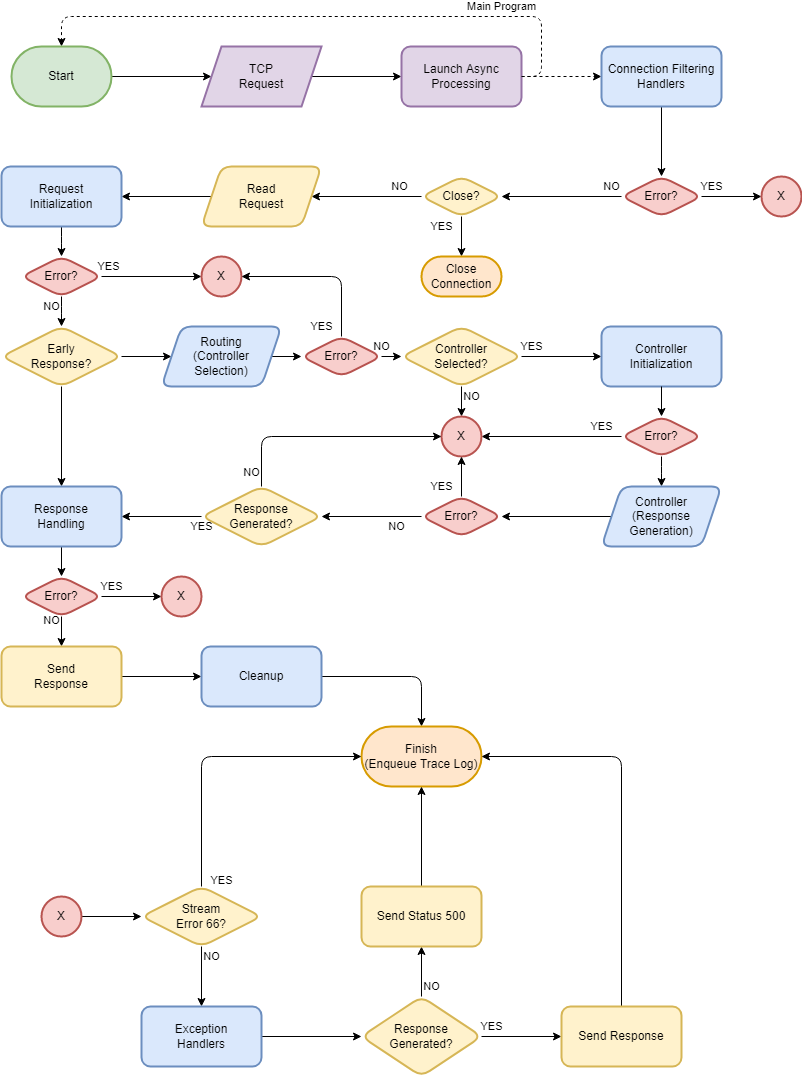
This is Documentation/Request Flow.drawio.png from illuminated-g/lv-http-server, a draw.io export, as it was before one commit. Source tidied: cells renumbered, new cells last; positions are measured from the earlier drawing's top-left corner, leaving out a move shared by most shapes.
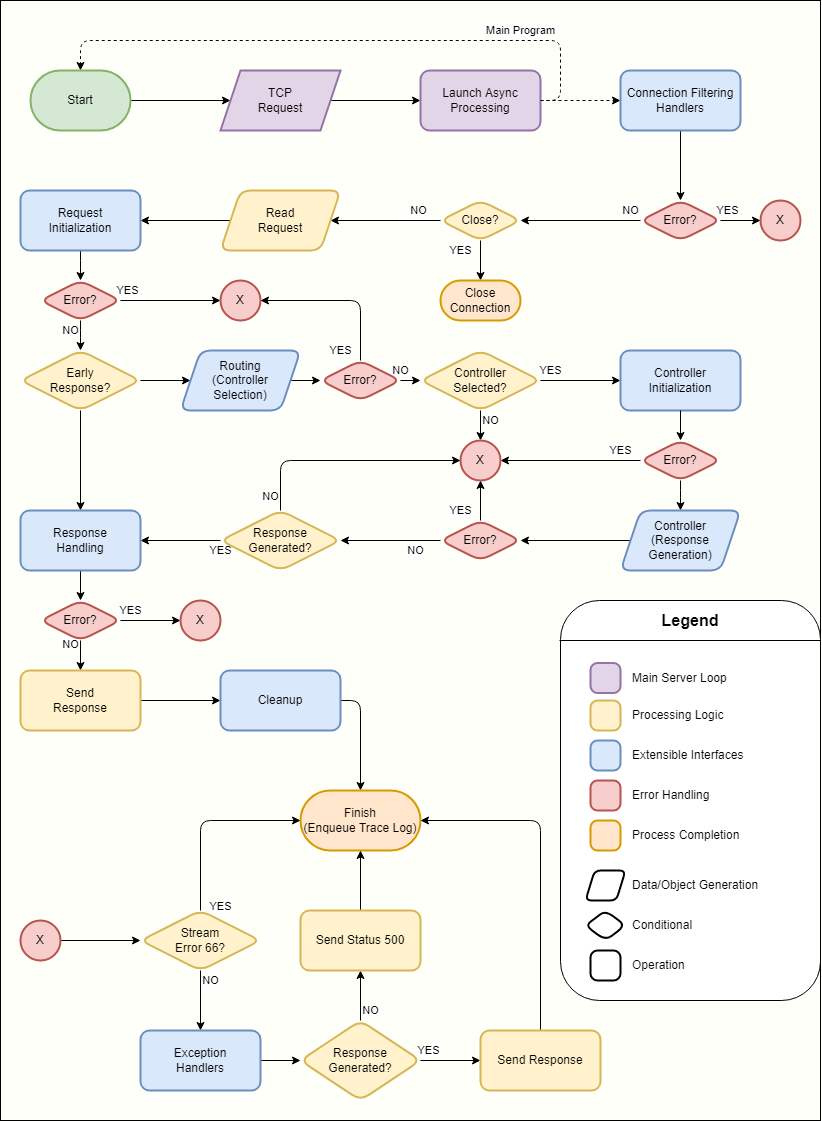
The same file after the commit.

Commit message:
Add flowchart border & legend

Change to the diagram source:
```diff
@@ -1,7 +1,10 @@
-<mxGraphModel>
+<mxGraphModel background="#FFFFFA">
   <root>
     <mxCell id="0" />
     <mxCell id="1" parent="0" />
+    <mxCell id="77" style="rounded=0;whiteSpace=wrap;html=1;fillColor=none;" parent="1" vertex="1">
+      <mxGeometry x="-20" y="-40" width="820" height="1120" as="geometry" />
+    </mxCell>
     <mxCell id="2" style="edgeStyle=orthogonalEdgeStyle;rounded=0;jettySize=auto;html=1;exitX=1;exitY=0.5;exitDx=0;exitDy=0;exitPerimeter=0;" parent="1" edge="1" target="4">
       <mxGeometry relative="1" as="geometry">
         <mxPoint x="110" y="60" as="sourcePoint" />
@@ -77,7 +80,7 @@
       <mxGeometry x="200" y="240" width="40" height="40" as="geometry" />
     </mxCell>
     <mxCell id="24" value="X" style="ellipse;whiteSpace=wrap;html=1;fillColor=#f8cecc;strokeColor=#b85450;rounded=1;strokeWidth=2;" parent="1" vertex="1">
-      <mxGeometry x="760" y="160" width="40" height="40" as="geometry" />
+      <mxGeometry x="740" y="160" width="40" height="40" as="geometry" />
     </mxCell>
     <mxCell id="25" style="edgeStyle=orthogonalEdgeStyle;rounded=1;jettySize=auto;html=1;" parent="1" edge="1" source="27" target="29">
       <mxGeometry relative="1" as="geometry" />
@@ -187,7 +190,7 @@
     <mxCell id="57" value="Send&lt;br&gt;Response" style="whiteSpace=wrap;html=1;fillColor=#fff2cc;strokeColor=#d6b656;rounded=1;strokeWidth=2;" parent="1" vertex="1">
       <mxGeometry y="630" width="120" height="60" as="geometry" />
     </mxCell>
-    <mxCell id="58" style="edgeStyle=orthogonalEdgeStyle;rounded=1;jettySize=auto;html=1;" parent="1" edge="1" source="59" target="62">
+    <mxCell id="58" style="edgeStyle=orthogonalEdgeStyle;rounded=1;jettySize=auto;html=1;exitX=1;exitY=0.5;exitDx=0;exitDy=0;" parent="1" edge="1" source="59" target="62">
       <mxGeometry relative="1" as="geometry" />
     </mxCell>
     <mxCell id="59" value="Cleanup" style="whiteSpace=wrap;html=1;fillColor=#dae8fc;strokeColor=#6c8ebf;rounded=1;strokeWidth=2;" parent="1" vertex="1">
@@ -197,10 +200,10 @@
       <mxGeometry relative="1" as="geometry" />
     </mxCell>
     <mxCell id="61" value="X" style="ellipse;whiteSpace=wrap;html=1;fillColor=#f8cecc;strokeColor=#b85450;rounded=1;strokeWidth=2;" parent="1" vertex="1">
-      <mxGeometry x="40" y="880" width="40" height="40" as="geometry" />
+      <mxGeometry y="880" width="40" height="40" as="geometry" />
     </mxCell>
     <mxCell id="62" value="Finish&lt;br&gt;(Enqueue Trace Log)" style="whiteSpace=wrap;html=1;fillColor=#ffe6cc;strokeColor=#d79b00;rounded=1;strokeWidth=2;arcSize=50;" parent="1" vertex="1">
-      <mxGeometry x="360" y="710" width="120" height="60" as="geometry" />
+      <mxGeometry x="280" y="750" width="120" height="60" as="geometry" />
     </mxCell>
     <mxCell id="63" value="Start" style="rounded=1;whiteSpace=wrap;html=1;absoluteArcSize=1;arcSize=80;strokeWidth=2;fillColor=#d5e8d4;strokeColor=#82b366;" parent="1" vertex="1">
       <mxGeometry x="10" y="30" width="100" height="60" as="geometry" />
@@ -212,13 +215,13 @@
       <mxGeometry x="-0.96" y="-20" relative="1" as="geometry" />
     </mxCell>
     <mxCell id="66" value="Stream&lt;br&gt;Error 66?" style="rhombus;whiteSpace=wrap;html=1;fillColor=#fff2cc;strokeColor=#d6b656;rounded=1;strokeWidth=2;" parent="1" vertex="1">
-      <mxGeometry x="140" y="870" width="120" height="60" as="geometry" />
+      <mxGeometry x="120" y="870" width="120" height="60" as="geometry" />
     </mxCell>
     <mxCell id="67" style="edgeStyle=orthogonalEdgeStyle;rounded=1;jettySize=auto;html=1;" parent="1" edge="1" source="68" target="71">
       <mxGeometry relative="1" as="geometry" />
     </mxCell>
     <mxCell id="68" value="Exception&lt;br&gt;Handlers" style="whiteSpace=wrap;html=1;fillColor=#dae8fc;strokeColor=#6c8ebf;rounded=1;strokeWidth=2;" parent="1" vertex="1">
-      <mxGeometry x="140" y="990" width="120" height="60" as="geometry" />
+      <mxGeometry x="120" y="990" width="120" height="60" as="geometry" />
     </mxCell>
     <mxCell id="69" value="NO" style="edgeStyle=orthogonalEdgeStyle;rounded=1;jettySize=auto;html=1;" parent="1" edge="1" source="71" target="73">
       <mxGeometry x="-0.6" y="-10" relative="1" as="geometry" />
@@ -227,22 +230,82 @@
       <mxGeometry x="-0.75" y="10" relative="1" as="geometry" />
     </mxCell>
     <mxCell id="71" value="Response&lt;br&gt;Generated?" style="rhombus;whiteSpace=wrap;html=1;fillColor=#fff2cc;strokeColor=#d6b656;rounded=1;strokeWidth=2;" parent="1" vertex="1">
-      <mxGeometry x="360" y="980" width="120" height="80" as="geometry" />
+      <mxGeometry x="280" y="980" width="120" height="80" as="geometry" />
     </mxCell>
     <mxCell id="72" style="edgeStyle=orthogonalEdgeStyle;rounded=1;jettySize=auto;html=1;exitX=0.5;exitY=0;exitDx=0;exitDy=0;entryX=0.5;entryY=1;entryDx=0;entryDy=0;" parent="1" edge="1" source="73" target="62">
       <mxGeometry relative="1" as="geometry" />
     </mxCell>
     <mxCell id="73" value="Send Status 500" style="whiteSpace=wrap;html=1;fillColor=#fff2cc;strokeColor=#d6b656;rounded=1;strokeWidth=2;" parent="1" vertex="1">
-      <mxGeometry x="360" y="870" width="120" height="60" as="geometry" />
+      <mxGeometry x="280" y="870" width="120" height="60" as="geometry" />
     </mxCell>
     <mxCell id="74" style="edgeStyle=orthogonalEdgeStyle;rounded=1;jettySize=auto;html=1;exitX=0.5;exitY=0;exitDx=0;exitDy=0;entryX=1;entryY=0.5;entryDx=0;entryDy=0;" parent="1" edge="1" source="75" target="62">
       <mxGeometry relative="1" as="geometry" />
     </mxCell>
     <mxCell id="75" value="Send Response" style="whiteSpace=wrap;html=1;fillColor=#fff2cc;strokeColor=#d6b656;rounded=1;strokeWidth=2;" parent="1" vertex="1">
-      <mxGeometry x="560" y="990" width="120" height="60" as="geometry" />
+      <mxGeometry x="460" y="990" width="120" height="60" as="geometry" />
     </mxCell>
     <mxCell id="76" value="Close&lt;br&gt;Connection" style="whiteSpace=wrap;html=1;fillColor=#ffe6cc;strokeColor=#d79b00;rounded=1;strokeWidth=2;arcSize=50;" parent="1" vertex="1">
       <mxGeometry x="420" y="240" width="80" height="40" as="geometry" />
     </mxCell>
+    <mxCell id="78" style="rounded=1;whiteSpace=wrap;html=1;" parent="1" vertex="1">
+      <mxGeometry x="540" y="560" width="260" height="400" as="geometry" />
+    </mxCell>
+    <mxCell id="79" style="endArrow=none;html=1;rounded=1;" parent="1" edge="1">
+      <mxGeometry relative="1" as="geometry">
+        <mxPoint x="539" y="600" as="sourcePoint" />
+        <mxPoint x="800" y="600" as="targetPoint" />
+      </mxGeometry>
+    </mxCell>
+    <mxCell id="80" value="Legend" style="text;html=1;strokeColor=none;fillColor=none;align=center;verticalAlign=middle;whiteSpace=wrap;rounded=0;fontStyle=1;fontSize=16;" parent="1" vertex="1">
+      <mxGeometry x="540" y="560" width="260" height="40" as="geometry" />
+    </mxCell>
+    <mxCell id="81" style="rounded=1;whiteSpace=wrap;html=1;absoluteArcSize=1;arcSize=14;strokeWidth=2;fillColor=#fff2cc;strokeColor=#d6b656;" parent="1" vertex="1">
+      <mxGeometry x="570" y="660" width="30" height="30" as="geometry" />
+    </mxCell>
+    <mxCell id="82" style="rounded=1;whiteSpace=wrap;html=1;absoluteArcSize=1;arcSize=14;strokeWidth=2;fillColor=#e1d5e7;strokeColor=#9673a6;" parent="1" vertex="1">
+      <mxGeometry x="570" y="622.5" width="30" height="30" as="geometry" />
+    </mxCell>
+    <mxCell id="83" style="rounded=1;whiteSpace=wrap;html=1;absoluteArcSize=1;arcSize=14;strokeWidth=2;fillColor=#dae8fc;strokeColor=#6c8ebf;" parent="1" vertex="1">
+      <mxGeometry x="570" y="700" width="30" height="30" as="geometry" />
+    </mxCell>
+    <mxCell id="84" style="rounded=1;whiteSpace=wrap;html=1;absoluteArcSize=1;arcSize=14;strokeWidth=2;fillColor=#f8cecc;strokeColor=#b85450;" parent="1" vertex="1">
+      <mxGeometry x="570" y="740" width="30" height="30" as="geometry" />
+    </mxCell>
+    <mxCell id="85" style="rounded=1;whiteSpace=wrap;html=1;absoluteArcSize=1;arcSize=14;strokeWidth=2;fillColor=#ffe6cc;strokeColor=#d79b00;" parent="1" vertex="1">
+      <mxGeometry x="570" y="780" width="30" height="30" as="geometry" />
+    </mxCell>
+    <mxCell id="86" style="shape=parallelogram;html=1;strokeWidth=2;perimeter=parallelogramPerimeter;whiteSpace=wrap;rounded=1;arcSize=12;size=0.23;fillColor=none;" parent="1" vertex="1">
+      <mxGeometry x="565" y="830" width="40" height="30" as="geometry" />
+    </mxCell>
+    <mxCell id="87" style="rhombus;whiteSpace=wrap;html=1;rounded=1;strokeWidth=2;" parent="1" vertex="1">
+      <mxGeometry x="565" y="870" width="40" height="30" as="geometry" />
+    </mxCell>
+    <mxCell id="88" style="rounded=1;whiteSpace=wrap;html=1;absoluteArcSize=1;arcSize=14;strokeWidth=2;" parent="1" vertex="1">
+      <mxGeometry x="570" y="910" width="30" height="30" as="geometry" />
+    </mxCell>
+    <mxCell id="89" value="Main Server Loop" style="text;html=1;strokeColor=none;fillColor=none;align=left;verticalAlign=middle;whiteSpace=wrap;rounded=0;" parent="1" vertex="1">
+      <mxGeometry x="610" y="622.5" width="130" height="30" as="geometry" />
+    </mxCell>
+    <mxCell id="90" value="Processing Logic" style="text;html=1;strokeColor=none;fillColor=none;align=left;verticalAlign=middle;whiteSpace=wrap;rounded=0;" parent="1" vertex="1">
+      <mxGeometry x="610" y="660" width="130" height="30" as="geometry" />
+    </mxCell>
+    <mxCell id="91" value="Extensible Interfaces" style="text;html=1;strokeColor=none;fillColor=none;align=left;verticalAlign=middle;whiteSpace=wrap;rounded=0;" parent="1" vertex="1">
+      <mxGeometry x="610" y="700" width="130" height="30" as="geometry" />
+    </mxCell>
+    <mxCell id="92" value="Error Handling" style="text;html=1;strokeColor=none;fillColor=none;align=left;verticalAlign=middle;whiteSpace=wrap;rounded=0;" parent="1" vertex="1">
+      <mxGeometry x="610" y="740" width="130" height="30" as="geometry" />
+    </mxCell>
+    <mxCell id="93" value="Process Completion" style="text;html=1;strokeColor=none;fillColor=none;align=left;verticalAlign=middle;whiteSpace=wrap;rounded=0;" parent="1" vertex="1">
+      <mxGeometry x="610" y="780" width="130" height="30" as="geometry" />
+    </mxCell>
+    <mxCell id="94" value="Data/Object Generation" style="text;html=1;strokeColor=none;fillColor=none;align=left;verticalAlign=middle;whiteSpace=wrap;rounded=0;" parent="1" vertex="1">
+      <mxGeometry x="610" y="830" width="130" height="30" as="geometry" />
+    </mxCell>
+    <mxCell id="95" value="Conditional" style="text;html=1;strokeColor=none;fillColor=none;align=left;verticalAlign=middle;whiteSpace=wrap;rounded=0;" parent="1" vertex="1">
+      <mxGeometry x="610" y="870" width="130" height="30" as="geometry" />
+    </mxCell>
+    <mxCell id="96" value="Operation" style="text;html=1;strokeColor=none;fillColor=none;align=left;verticalAlign=middle;whiteSpace=wrap;rounded=0;" parent="1" vertex="1">
+      <mxGeometry x="610" y="910" width="130" height="30" as="geometry" />
+    </mxCell>
   </root>
 </mxGraphModel>
```
